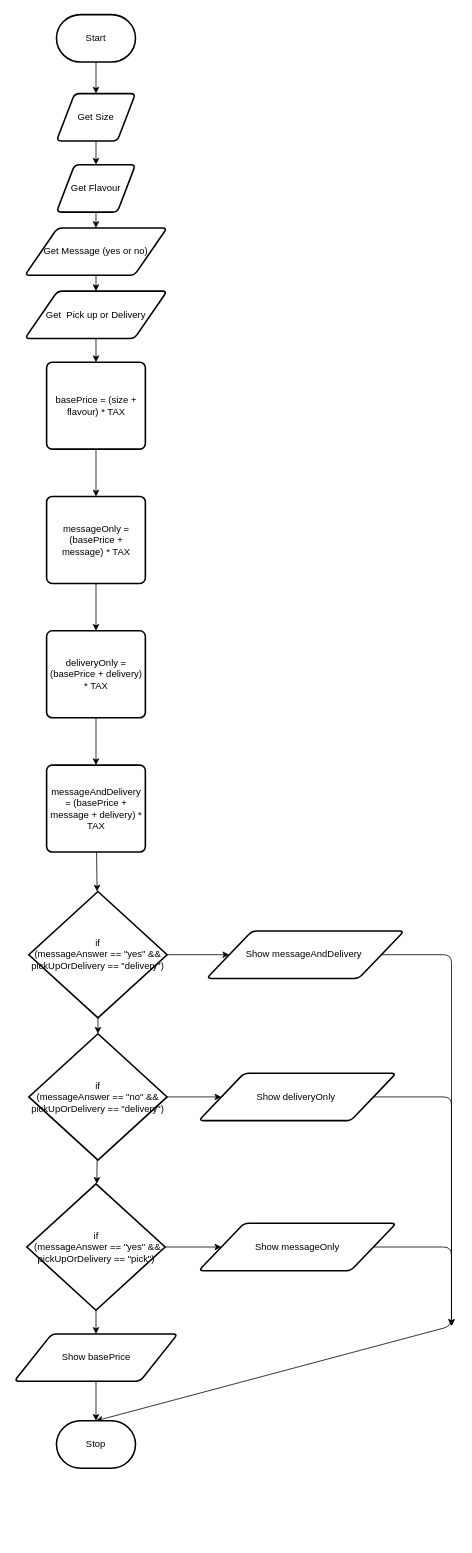
Above: design/flow-chart.drawio in Timothy-Manwell/ICS2O-Assignment-4 (draw.io), before the change. Source tidied: cells renumbered, new cells numbered last; positions are measured from the earlier drawing's top-left corner, leaving out a move shared by most shapes. Both pictures are drawn from the tidied source at 79%, with x=0, y=0 at pixel (13, 14).
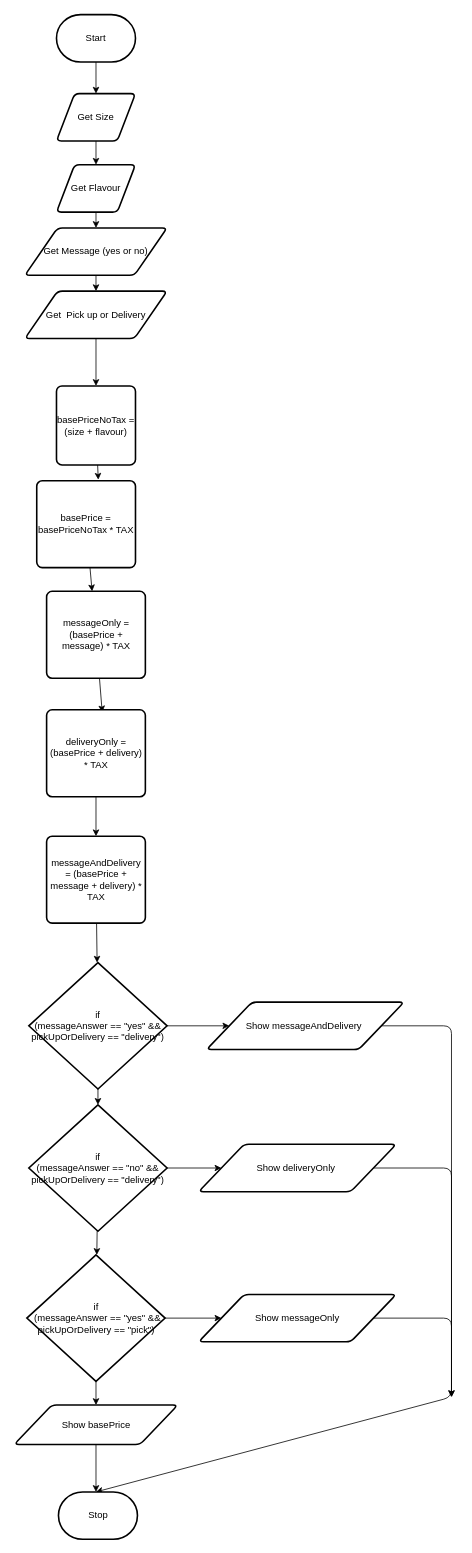
Above is the later version.

Commit message (it also covers changes not shown here):
js and flow chart

Unchanged cells that the change refers to:
```xml
<mxCell id="11" value="Get&amp;nbsp; Pick up or Delivery" style="shape=parallelogram;html=1;strokeWidth=2;perimeter=parallelogramPerimeter;whiteSpace=wrap;rounded=1;arcSize=12;size=0.23;" parent="1" vertex="1">
  <mxGeometry x="14" y="350" width="180" height="60" as="geometry" />
</mxCell>
```

What changed in the source:
```diff
@@
-    <mxCell id="10" style="edgeStyle=none;html=1;entryX=0.5;entryY=0;entryDx=0;entryDy=0;" parent="1" edge="1" source="11" target="13">
-      <mxGeometry relative="1" as="geometry" />
-    </mxCell>
+    <mxCell id="38" style="edgeStyle=none;html=1;" parent="1" edge="1" source="11" target="40">
+      <mxGeometry relative="1" as="geometry" />
+    </mxCell>
@@
-    <mxCell id="12" style="edgeStyle=none;html=1;" parent="1" edge="1" source="13" target="15">
+    <mxCell id="12" style="edgeStyle=none;html=1;startArrow=none;" parent="1" edge="1" source="13" target="15">
       <mxGeometry relative="1" as="geometry" />
     </mxCell>
-    <mxCell id="13" value="basePrice = (size + flavour) * TAX" style="rounded=1;whiteSpace=wrap;html=1;absoluteArcSize=1;arcSize=14;strokeWidth=2;" parent="1" vertex="1">
-      <mxGeometry x="41.5" y="440" width="125" height="110" as="geometry" />
-    </mxCell>
-    <mxCell id="14" style="edgeStyle=none;html=1;" parent="1" edge="1" source="15" target="17">
+    <mxCell id="14" style="edgeStyle=none;html=1;entryX=0.563;entryY=0.029;entryDx=0;entryDy=0;entryPerimeter=0;" parent="1" edge="1" source="15" target="17">
       <mxGeometry relative="1" as="geometry" />
     </mxCell>
     <mxCell id="15" value="messageOnly = (basePrice + message) * TAX" style="rounded=1;whiteSpace=wrap;html=1;absoluteArcSize=1;arcSize=14;strokeWidth=2;" parent="1" vertex="1">
-      <mxGeometry x="41.5" y="610" width="125" height="110" as="geometry" />
+      <mxGeometry x="41.5" y="730" width="125" height="110" as="geometry" />
     </mxCell>
@@
     <mxCell id="17" value="deliveryOnly = (basePrice + delivery) * TAX" style="rounded=1;whiteSpace=wrap;html=1;absoluteArcSize=1;arcSize=14;strokeWidth=2;" parent="1" vertex="1">
-      <mxGeometry x="41.5" y="780" width="125" height="110" as="geometry" />
+      <mxGeometry x="41.5" y="880" width="125" height="110" as="geometry" />
     </mxCell>
@@
     <mxCell id="19" value="messageAndDelivery = (basePrice + message + delivery) * TAX" style="rounded=1;whiteSpace=wrap;html=1;absoluteArcSize=1;arcSize=14;strokeWidth=2;" parent="1" vertex="1">
-      <mxGeometry x="41.5" y="950" width="125" height="110" as="geometry" />
+      <mxGeometry x="41.5" y="1040" width="125" height="110" as="geometry" />
     </mxCell>
@@
     <mxCell id="22" value="if &lt;br&gt;(messageAnswer == &quot;yes&quot; &amp;amp;&amp;amp; pickUpOrDelivery == &quot;delivery&quot;)" style="strokeWidth=2;html=1;shape=mxgraph.flowchart.decision;whiteSpace=wrap;" parent="1" vertex="1">
-      <mxGeometry x="19" y="1110" width="175" height="160" as="geometry" />
+      <mxGeometry x="19" y="1200" width="175" height="160" as="geometry" />
     </mxCell>
@@
     <mxCell id="25" value="if&lt;br&gt;(messageAnswer == &quot;no&quot; &amp;amp;&amp;amp; pickUpOrDelivery == &quot;delivery&quot;)" style="strokeWidth=2;html=1;shape=mxgraph.flowchart.decision;whiteSpace=wrap;" parent="1" vertex="1">
-      <mxGeometry x="19" y="1290" width="175" height="160" as="geometry" />
+      <mxGeometry x="19" y="1380" width="175" height="160" as="geometry" />
     </mxCell>
@@
     <mxCell id="28" value="if&lt;br&gt;&amp;nbsp;(messageAnswer == &quot;yes&quot; &amp;amp;&amp;amp; pickUpOrDelivery == &quot;pick&quot;)" style="strokeWidth=2;html=1;shape=mxgraph.flowchart.decision;whiteSpace=wrap;" parent="1" vertex="1">
-      <mxGeometry x="16.5" y="1480" width="175" height="160" as="geometry" />
+      <mxGeometry x="16.5" y="1570" width="175" height="160" as="geometry" />
     </mxCell>
     <mxCell id="29" style="edgeStyle=none;html=1;" parent="1" edge="1" source="30">
       <mxGeometry relative="1" as="geometry">
-        <mxPoint x="554" y="1660" as="targetPoint" />
+        <mxPoint x="554" y="1750" as="targetPoint" />
         <Array as="points">
-          <mxPoint x="554" y="1190" />
+          <mxPoint x="554" y="1280" />
         </Array>
       </mxGeometry>
     </mxCell>
     <mxCell id="30" value="Show&amp;nbsp;messageAndDelivery&amp;nbsp;" style="shape=parallelogram;html=1;strokeWidth=2;perimeter=parallelogramPerimeter;whiteSpace=wrap;rounded=1;arcSize=12;size=0.23;" parent="1" vertex="1">
-      <mxGeometry x="244" y="1160" width="250" height="60" as="geometry" />
+      <mxGeometry x="244" y="1250" width="250" height="60" as="geometry" />
     </mxCell>
     <mxCell id="31" style="edgeStyle=none;html=1;" parent="1" edge="1" source="32">
       <mxGeometry relative="1" as="geometry">
-        <mxPoint x="554" y="1660" as="targetPoint" />
+        <mxPoint x="554" y="1750" as="targetPoint" />
         <Array as="points">
-          <mxPoint x="554" y="1370" />
+          <mxPoint x="554" y="1460" />
         </Array>
       </mxGeometry>
     </mxCell>
     <mxCell id="32" value="Show&amp;nbsp;deliveryOnly&amp;nbsp;" style="shape=parallelogram;html=1;strokeWidth=2;perimeter=parallelogramPerimeter;whiteSpace=wrap;rounded=1;arcSize=12;size=0.23;" parent="1" vertex="1">
-      <mxGeometry x="234" y="1340" width="250" height="60" as="geometry" />
+      <mxGeometry x="234" y="1430" width="250" height="60" as="geometry" />
     </mxCell>
-    <mxCell id="33" style="edgeStyle=none;html=1;entryX=0.5;entryY=0;entryDx=0;entryDy=0;entryPerimeter=0;" parent="1" edge="1" source="34" target="37">
+    <mxCell id="33" style="edgeStyle=none;html=1;entryX=0.5;entryY=0;entryDx=0;entryDy=0;entryPerimeter=0;" parent="1" edge="1" source="34">
       <mxGeometry relative="1" as="geometry">
+        <mxPoint x="104" y="1870" as="targetPoint" />
         <Array as="points">
-          <mxPoint x="554" y="1560" />
-          <mxPoint x="554" y="1660" />
+          <mxPoint x="554" y="1650" />
+          <mxPoint x="554" y="1750" />
         </Array>
       </mxGeometry>
     </mxCell>
     <mxCell id="34" value="Show messageOnly" style="shape=parallelogram;html=1;strokeWidth=2;perimeter=parallelogramPerimeter;whiteSpace=wrap;rounded=1;arcSize=12;size=0.23;" parent="1" vertex="1">
-      <mxGeometry x="234" y="1530" width="250" height="60" as="geometry" />
+      <mxGeometry x="234" y="1620" width="250" height="60" as="geometry" />
     </mxCell>
-    <mxCell id="35" style="edgeStyle=none;html=1;" parent="1" edge="1" source="36" target="37">
-      <mxGeometry relative="1" as="geometry" />
+    <mxCell id="35" style="edgeStyle=none;html=1;" parent="1" edge="1" source="36">
+      <mxGeometry relative="1" as="geometry">
+        <mxPoint x="104" y="1870" as="targetPoint" />
+      </mxGeometry>
     </mxCell>
     <mxCell id="36" value="Show basePrice" style="shape=parallelogram;html=1;strokeWidth=2;perimeter=parallelogramPerimeter;whiteSpace=wrap;rounded=1;arcSize=12;size=0.23;" parent="1" vertex="1">
-      <mxGeometry x="0.5" y="1670" width="207" height="60" as="geometry" />
+      <mxGeometry x="0.5" y="1760" width="207" height="50" as="geometry" />
     </mxCell>
     <mxCell id="37" value="Stop" style="strokeWidth=2;html=1;shape=mxgraph.flowchart.terminator;whiteSpace=wrap;" parent="1" vertex="1">
-      <mxGeometry x="54" y="1780" width="100" height="60" as="geometry" />
+      <mxGeometry x="56.5" y="1870" width="100" height="60" as="geometry" />
     </mxCell>
+    <mxCell id="39" style="edgeStyle=none;html=1;entryX=0.623;entryY=-0.012;entryDx=0;entryDy=0;entryPerimeter=0;" parent="1" edge="1" source="40" target="13">
+      <mxGeometry relative="1" as="geometry" />
+    </mxCell>
+    <mxCell id="40" value="basePriceNoTax = (size + flavour)" style="rounded=1;whiteSpace=wrap;html=1;absoluteArcSize=1;arcSize=14;strokeWidth=2;" parent="1" vertex="1">
+      <mxGeometry x="54" y="470" width="100" height="100" as="geometry" />
+    </mxCell>
+    <mxCell id="13" value="basePrice = basePriceNoTax&amp;nbsp;* TAX" style="rounded=1;whiteSpace=wrap;html=1;absoluteArcSize=1;arcSize=14;strokeWidth=2;" parent="1" vertex="1">
+      <mxGeometry x="29" y="590" width="125" height="110" as="geometry" />
+    </mxCell>
```
